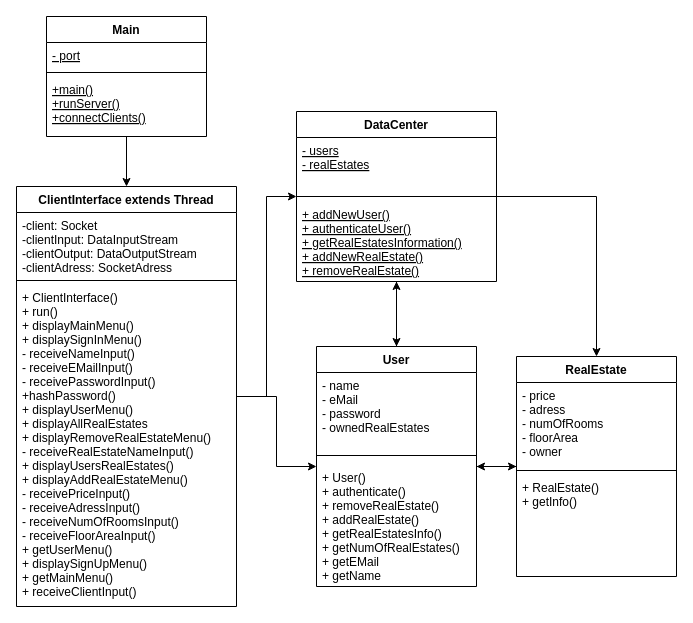
The draw.io diagram EntwurfsdiagrammServer.drawio in FabioKron/Online-Immobilienportal, before the edit. Source tidied: cells renumbered, new cells numbered last; positions are measured from the earlier drawing's top-left corner, leaving out a move shared by most shapes. Both pictures are drawn from the tidied source at 100%, with x=0, y=0 at pixel (16, 16).
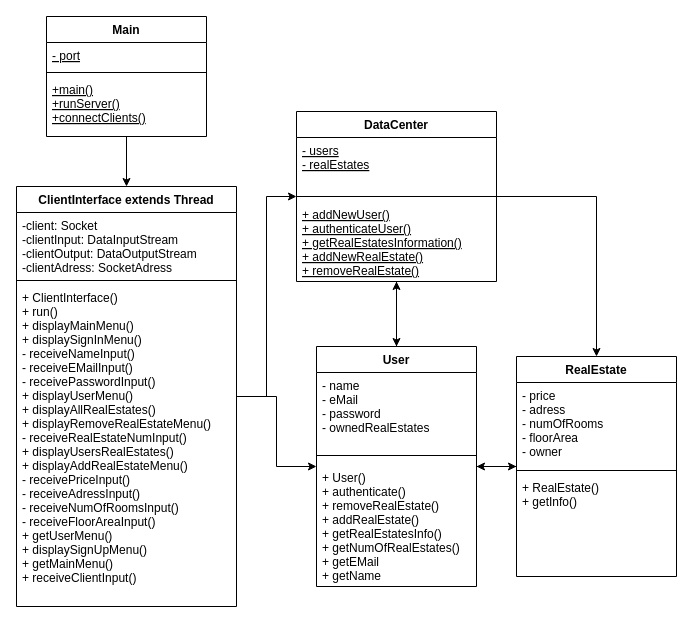
After the change.

Commit message:
Fehlende Klammer nach Methode hinzugefügt und Name receiveRealEstateNameInput zu receiveRealEstateNameInput geändert, da die Methode eine Nummer und keinen Namen annimmt

Unchanged cells that the change refers to:
```xml
<mxCell id="9" value="ClientInterface extends Thread" style="swimlane;fontStyle=1;align=center;verticalAlign=top;horizontal=1;startSize=26;" parent="1" vertex="1">
  <mxGeometry y="170" width="220" height="420" as="geometry" />
</mxCell>
```

The edit, as a diff of the source:
```diff
@@
-    <mxCell id="12" value="+ ClientInterface()&#10;+ run()&#10;+ displayMainMenu()&#10;+ displaySignInMenu()&#10;- receiveNameInput()&#10;- receiveEMailInput()&#10;- receivePasswordInput()&#10;+hashPassword()&#10;+ displayUserMenu()&#10;+ displayAllRealEstates&#10;+ displayRemoveRealEstateMenu()&#10;- receiveRealEstateNameInput()&#10;+ displayUsersRealEstates()&#10;+ displayAddRealEstateMenu()&#10;- receivePriceInput()&#10;- receiveAdressInput()&#10;- receiveNumOfRoomsInput()&#10;- receiveFloorAreaInput()&#10;+ getUserMenu()&#10;+ displaySignUpMenu()&#10;+ getMainMenu()&#10;+ receiveClientInput()&#10;" style="text;strokeColor=none;fillColor=none;align=left;verticalAlign=top;spacingLeft=4;spacingRight=4;overflow=hidden;" parent="9" vertex="1">
+    <mxCell id="12" value="+ ClientInterface()&#10;+ run()&#10;+ displayMainMenu()&#10;+ displaySignInMenu()&#10;- receiveNameInput()&#10;- receiveEMailInput()&#10;- receivePasswordInput()&#10;+ displayUserMenu()&#10;+ displayAllRealEstates()&#10;+ displayRemoveRealEstateMenu()&#10;- receiveRealEstateNumInput()&#10;+ displayUsersRealEstates()&#10;+ displayAddRealEstateMenu()&#10;- receivePriceInput()&#10;- receiveAdressInput()&#10;- receiveNumOfRoomsInput()&#10;- receiveFloorAreaInput()&#10;+ getUserMenu()&#10;+ displaySignUpMenu()&#10;+ getMainMenu()&#10;+ receiveClientInput()&#10;" style="text;strokeColor=none;fillColor=none;align=left;verticalAlign=top;spacingLeft=4;spacingRight=4;overflow=hidden;" parent="9" vertex="1">
       <mxGeometry y="98" width="220" height="322" as="geometry" />
     </mxCell>
```
